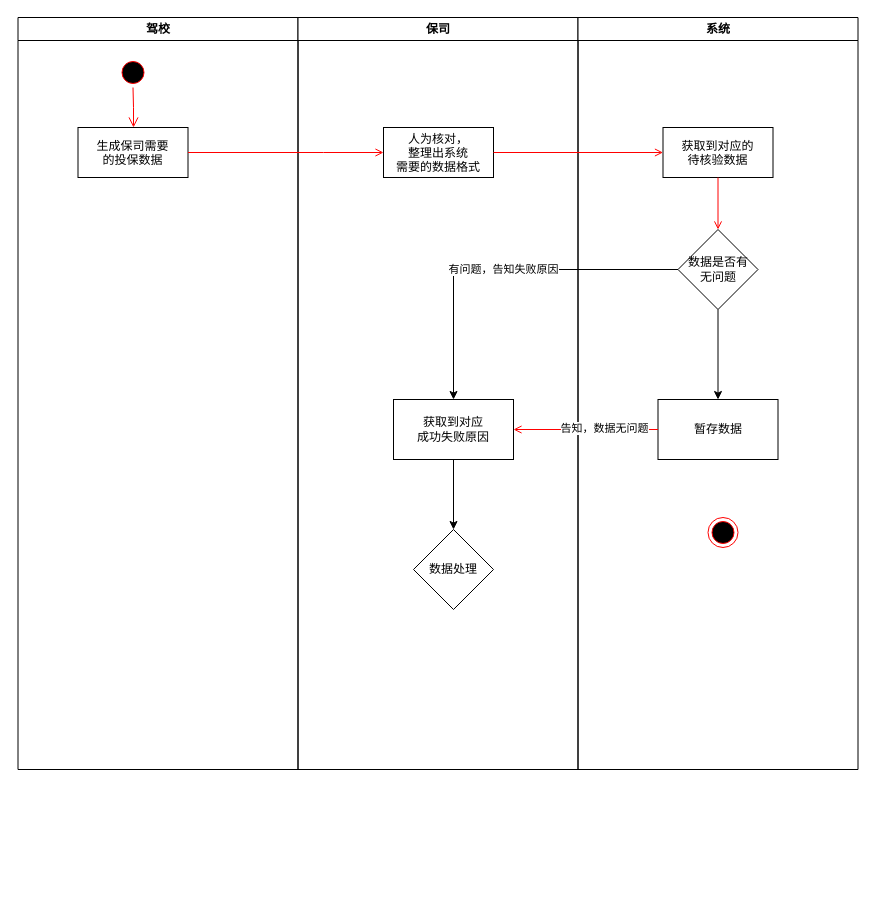
goodKory/styleguide keeps this draw.io diagram as Untitled Diagram.drawio. Above is the earlier version. Source tidied: cells renumbered, new cells numbered last; positions are measured from the earlier drawing's top-left corner, leaving out a move shared by most shapes. Both pictures are drawn from the tidied source at 100%, with x=0, y=0 at pixel (17, 17).
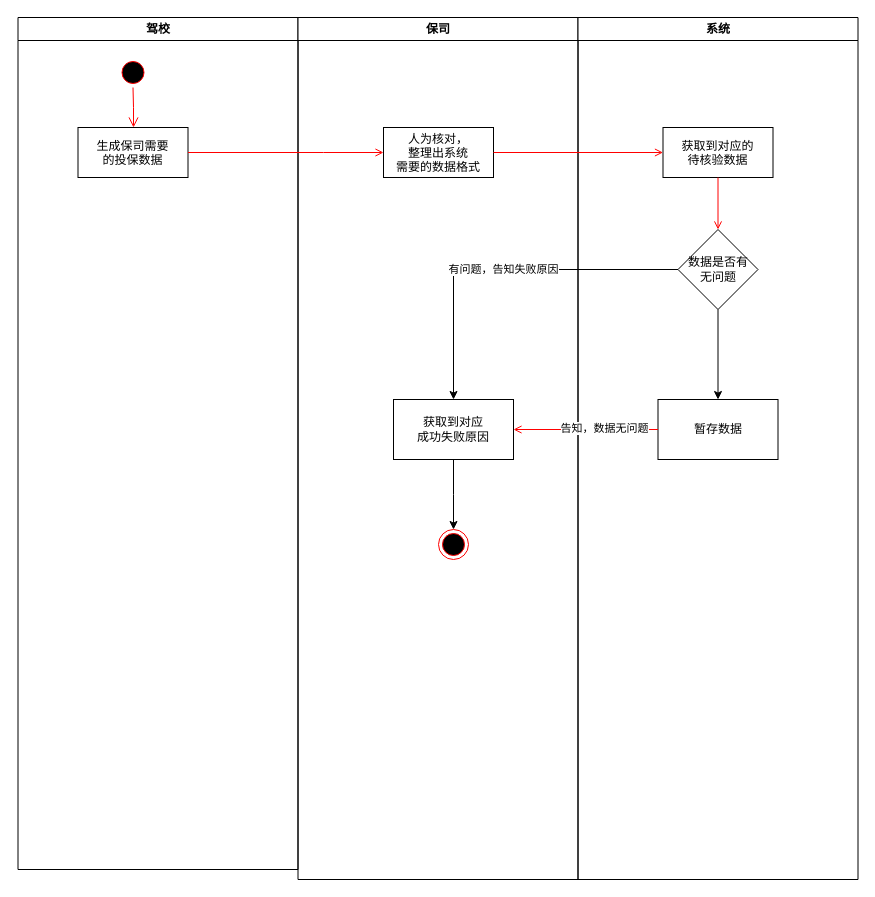
The same diagram, later.

Unchanged cells that the change refers to:
```xml
<mxCell id="8" value="获取到对应&lt;br&gt;成功失败原因" style="whiteSpace=wrap;html=1;" parent="6" vertex="1">
  <mxGeometry x="95.5" y="382" width="120" height="60" as="geometry" />
</mxCell>
```

Change to the diagram source:
```diff
@@
     <mxCell id="2" value="驾校" style="swimlane;whiteSpace=wrap;" parent="1" vertex="1">
-      <mxGeometry x="0.5" width="280" height="752" as="geometry" />
+      <mxGeometry x="0.5" width="280" height="852" as="geometry" />
     </mxCell>
@@
     <mxCell id="6" value="保司" style="swimlane;whiteSpace=wrap;" parent="1" vertex="1">
-      <mxGeometry x="280.5" width="280" height="752" as="geometry" />
+      <mxGeometry x="280.5" width="280" height="862" as="geometry" />
     </mxCell>
@@
+    <mxCell id="10" style="ellipse;shape=endState;fillColor=#000000;strokeColor=#ff0000;" parent="6" vertex="1">
+      <mxGeometry x="140.5" y="512" width="30" height="30" as="geometry" />
+    </mxCell>
     <mxCell id="9" value="系统" style="swimlane;whiteSpace=wrap;" parent="1" vertex="1">
-      <mxGeometry x="560.5" width="280" height="752" as="geometry" />
+      <mxGeometry x="560.5" width="280" height="862" as="geometry" />
     </mxCell>
-    <mxCell id="10" style="ellipse;shape=endState;fillColor=#000000;strokeColor=#ff0000;" parent="9" vertex="1">
-      <mxGeometry x="130" y="500" width="30" height="30" as="geometry" />
-    </mxCell>
@@
-    <mxCell id="22" value="数据处理" style="rhombus;whiteSpace=wrap;html=1;" parent="1" vertex="1">
-      <mxGeometry x="396" y="512" width="80" height="80" as="geometry" />
-    </mxCell>
-    <mxCell id="23" style="edgeStyle=orthogonalEdgeStyle;rounded=0;jettySize=auto;html=1;" parent="1" edge="1" source="8" target="22">
-      <mxGeometry relative="1" as="geometry" />
+    <mxCell id="23" style="edgeStyle=orthogonalEdgeStyle;rounded=0;jettySize=auto;html=1;" parent="1" edge="1" source="8">
+      <mxGeometry relative="1" as="geometry">
+        <mxPoint x="436" y="512" as="targetPoint" />
+      </mxGeometry>
     </mxCell>
```
